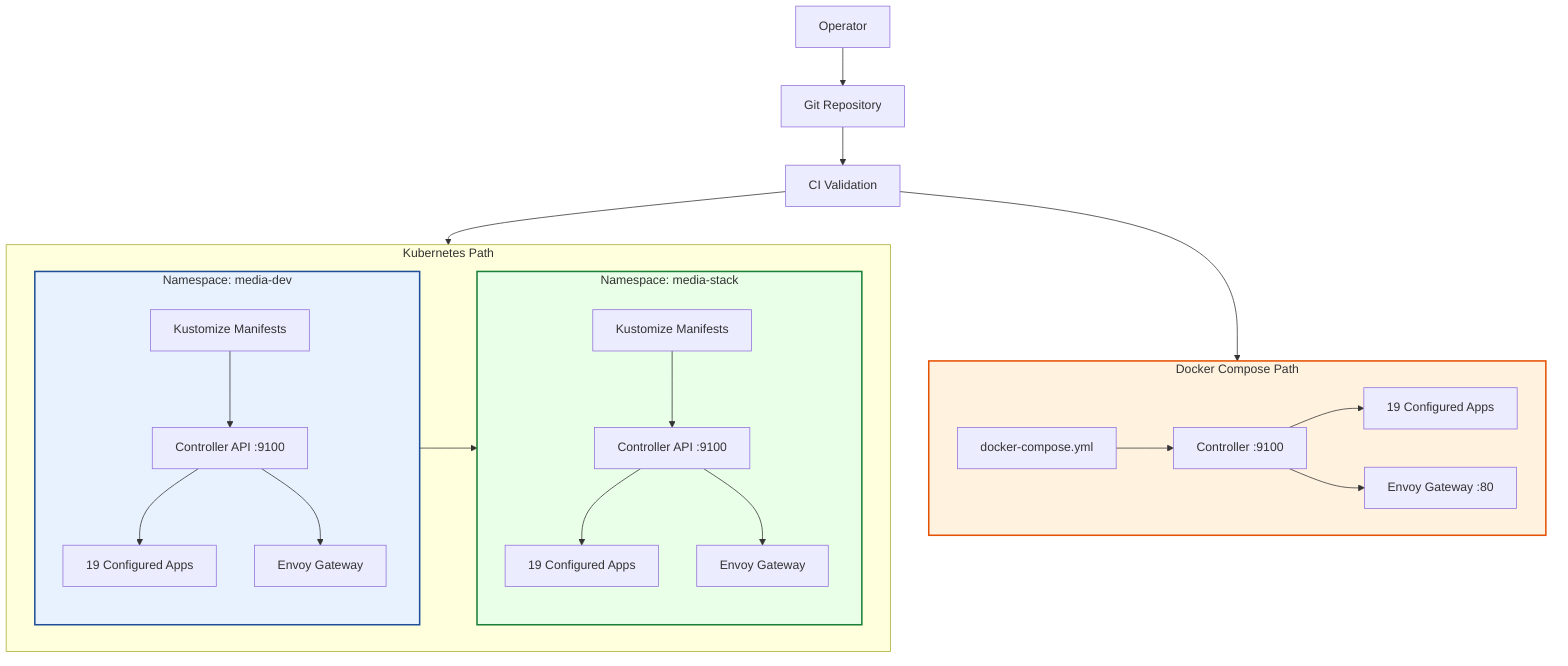
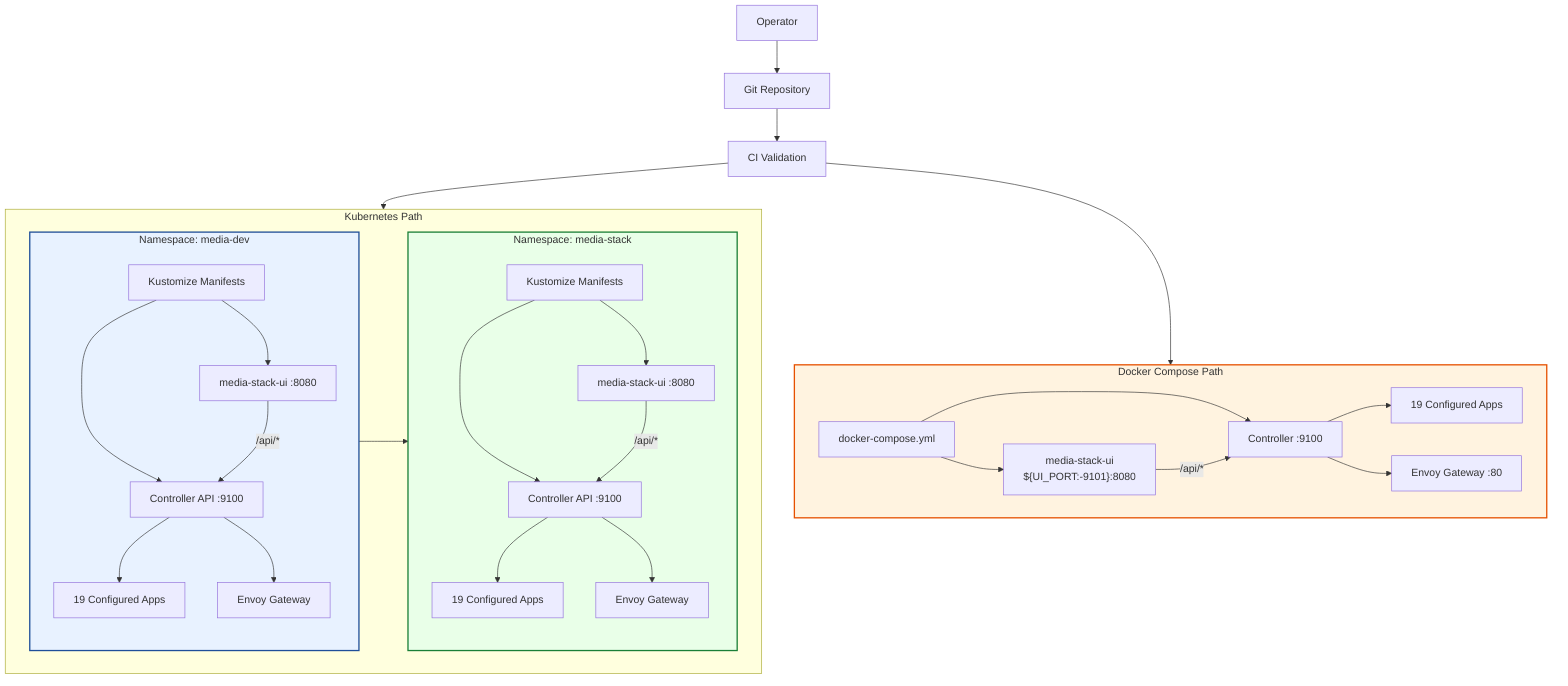
flowchart TB
  OP[Operator]
  GIT[Git Repository]
  CI[CI Validation]

  subgraph K8S[Kubernetes Path]
    subgraph ENV1[Namespace: media-dev]
      K8S1[Kustomize Manifests]
      BOOT1[Controller API :9100]
+       UI1[media-stack-ui :8080]
      ENVOY1[Envoy Gateway]
      APPS1[19 Configured Apps]
    end
    subgraph ENV2[Namespace: media-stack]
      K8S2[Kustomize Manifests]
      BOOT2[Controller API :9100]
+       UI2[media-stack-ui :8080]
      ENVOY2[Envoy Gateway]
      APPS2[19 Configured Apps]
    end
  end

  subgraph COMPOSE[Docker Compose Path]
    DC[docker-compose.yml]
    BOOT3[Controller :9100]
+     UI3["media-stack-ui<br/>${UI_PORT:-9101}:8080"]
    ENVOY3[Envoy Gateway :80]
    APPS3[19 Configured Apps]
  end

  OP --> GIT
  GIT --> CI
  CI --> K8S
  CI --> COMPOSE
  ENV1 --> ENV2

  K8S1 --> BOOT1 --> APPS1
  BOOT1 --> ENVOY1
+   K8S1 --> UI1
+   UI1 -->|/api/*| BOOT1
  K8S2 --> BOOT2 --> APPS2
  BOOT2 --> ENVOY2
+   K8S2 --> UI2
+   UI2 -->|/api/*| BOOT2

  DC --> BOOT3 --> APPS3
  BOOT3 --> ENVOY3
+   DC --> UI3
+   UI3 -->|/api/*| BOOT3

  style ENV1 fill:#e8f2ff,stroke:#1f4f99,stroke-width:2px
  style ENV2 fill:#e9ffe8,stroke:#1a7f37,stroke-width:2px
  style COMPOSE fill:#fff3e0,stroke:#e65100,stroke-width:2px
